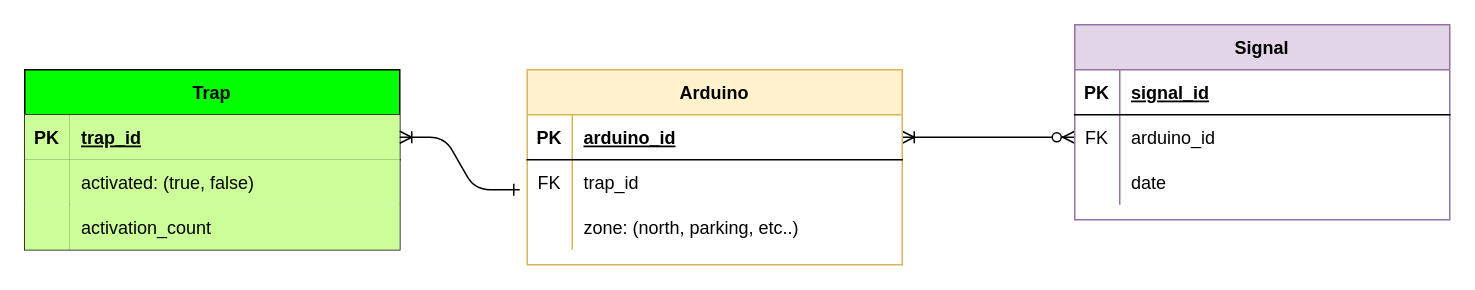
The draw.io diagram ERM IoT.drawio in EmergenBis/emergenbis-iot-backend, before the edit. Source tidied: cells renumbered, new cells numbered last; positions are measured from the earlier drawing's top-left corner, leaving out a move shared by most shapes. Both pictures are drawn from the tidied source at 150%, with x=0, y=0 at pixel (24, 24).
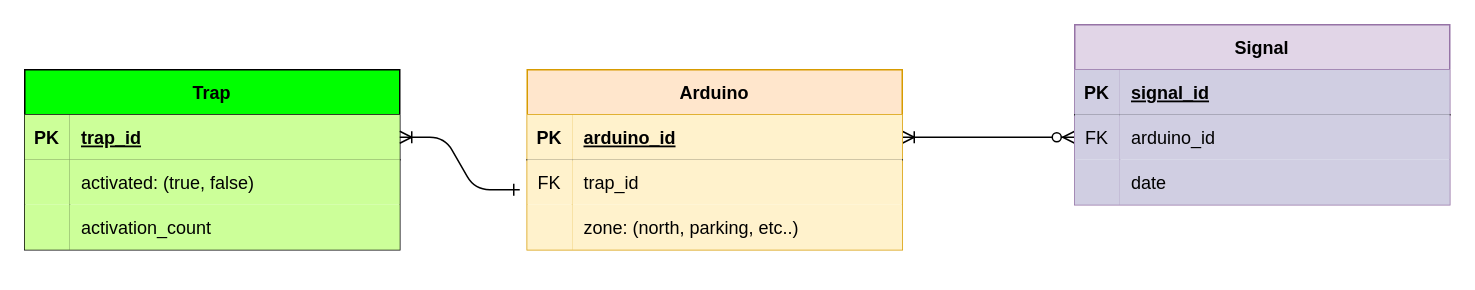
Above is the later version.

Commit message:
Tables colors

Unchanged cells that the change refers to:
```xml
<mxCell id="14" style="shape=partialRectangle;fillColor=none;top=0;left=0;right=0;bottom=1;" parent="13" vertex="1">
  <mxGeometry y="30" width="250" height="30" as="geometry" />
</mxCell>
<mxCell id="17" style="shape=partialRectangle;fillColor=none;points=[[0,0.5],[1,0.5]];portConstraint=eastwest;top=0;left=0;right=0;bottom=0;" parent="13" vertex="1">
  <mxGeometry y="60" width="250" height="30" as="geometry" />
</mxCell>
<mxCell id="20" style="shape=partialRectangle;fillColor=none;top=0;left=0;right=0;bottom=0;" parent="13" vertex="1">
  <mxGeometry y="90" width="250" height="30" as="geometry" />
</mxCell>
<mxCell id="24" style="shape=partialRectangle;fillColor=none;points=[[0,0.5],[1,0.5]];portConstraint=eastwest;top=0;left=0;right=0;bottom=1;" parent="23" vertex="1">
  <mxGeometry y="30" width="250" height="30" as="geometry" />
</mxCell>
<mxCell id="27" style="shape=partialRectangle;fillColor=none;top=0;left=0;right=0;bottom=0;" parent="23" vertex="1">
  <mxGeometry y="60" width="250" height="30" as="geometry" />
</mxCell>
<mxCell id="30" style="shape=partialRectangle;fillColor=none;top=0;left=0;right=0;bottom=0;" parent="23" vertex="1">
  <mxGeometry y="90" width="250" height="30" as="geometry" />
</mxCell>
```

The edit, as a diff of the source:
```diff
@@
     <mxCell id="13" value="Signal" style="shape=table;startSize=30;childLayout=tableLayout;rowLines=0;fontStyle=1;align=center;fillColor=#e1d5e7;strokeColor=#9673a6;" parent="1" vertex="1">
-      <mxGeometry x="700" width="250" height="130" as="geometry" />
+      <mxGeometry x="700" width="250" height="120" as="geometry" />
     </mxCell>
@@
-    <mxCell id="15" value="PK" style="shape=partialRectangle;overflow=hidden;fillColor=none;top=0;left=0;bottom=0;right=0;fontStyle=1;" parent="14" vertex="1">
+    <mxCell id="15" value="PK" style="shape=partialRectangle;overflow=hidden;fillColor=#d0cee2;top=0;left=0;bottom=0;right=0;fontStyle=1;strokeColor=#56517e;" parent="14" vertex="1">
       <mxGeometry width="30" height="30" as="geometry" />
     </mxCell>
-    <mxCell id="16" value="signal_id" style="shape=partialRectangle;overflow=hidden;fillColor=none;top=0;left=0;bottom=0;right=0;align=left;spacingLeft=6;fontStyle=5;" parent="14" vertex="1">
+    <mxCell id="16" value="signal_id" style="shape=partialRectangle;overflow=hidden;fillColor=#d0cee2;top=0;left=0;bottom=0;right=0;align=left;spacingLeft=6;fontStyle=5;strokeColor=#56517e;" parent="14" vertex="1">
       <mxGeometry x="30" width="220" height="30" as="geometry" />
     </mxCell>
@@
-    <mxCell id="18" value="FK" style="shape=partialRectangle;overflow=hidden;fillColor=none;top=0;left=0;bottom=0;right=0;" parent="17" vertex="1">
+    <mxCell id="18" value="FK" style="shape=partialRectangle;overflow=hidden;fillColor=#d0cee2;top=0;left=0;bottom=0;right=0;strokeColor=#56517e;" parent="17" vertex="1">
       <mxGeometry width="30" height="30" as="geometry" />
     </mxCell>
-    <mxCell id="19" value="arduino_id" style="shape=partialRectangle;overflow=hidden;fillColor=none;top=0;left=0;bottom=0;right=0;align=left;spacingLeft=6;" parent="17" vertex="1">
+    <mxCell id="19" value="arduino_id" style="shape=partialRectangle;overflow=hidden;fillColor=#d0cee2;top=0;left=0;bottom=0;right=0;align=left;spacingLeft=6;strokeColor=#56517e;" parent="17" vertex="1">
       <mxGeometry x="30" width="220" height="30" as="geometry" />
     </mxCell>
@@
-    <mxCell id="21" style="shape=partialRectangle;overflow=hidden;fillColor=none;top=0;left=0;bottom=0;right=0;" parent="20" vertex="1">
+    <mxCell id="21" style="shape=partialRectangle;overflow=hidden;fillColor=#d0cee2;top=0;left=0;bottom=0;right=0;strokeColor=#56517e;" parent="20" vertex="1">
       <mxGeometry width="30" height="30" as="geometry" />
     </mxCell>
-    <mxCell id="22" value="date" style="shape=partialRectangle;overflow=hidden;fillColor=none;top=0;left=0;bottom=0;right=0;align=left;spacingLeft=6;" parent="20" vertex="1">
+    <mxCell id="22" value="date" style="shape=partialRectangle;overflow=hidden;fillColor=#d0cee2;top=0;left=0;bottom=0;right=0;align=left;spacingLeft=6;strokeColor=#56517e;" parent="20" vertex="1">
       <mxGeometry x="30" width="220" height="30" as="geometry" />
     </mxCell>
-    <mxCell id="23" value="Arduino" style="shape=table;startSize=30;childLayout=tableLayout;rowLines=0;fontStyle=1;align=center;fillColor=#fff2cc;strokeColor=#d6b656;" parent="1" vertex="1">
-      <mxGeometry x="335" y="30" width="250" height="130" as="geometry" />
+    <mxCell id="23" value="Arduino" style="shape=table;startSize=30;childLayout=tableLayout;rowLines=0;fontStyle=1;align=center;fillColor=#ffe6cc;strokeColor=#d79b00;" parent="1" vertex="1">
+      <mxGeometry x="335" y="30" width="250" height="120" as="geometry" />
     </mxCell>
@@
-    <mxCell id="25" value="PK" style="shape=partialRectangle;overflow=hidden;fillColor=none;top=0;left=0;bottom=0;right=0;fontStyle=1;" parent="24" vertex="1">
+    <mxCell id="25" value="PK" style="shape=partialRectangle;overflow=hidden;fillColor=#fff2cc;top=0;left=0;bottom=0;right=0;fontStyle=1;strokeColor=#d6b656;" parent="24" vertex="1">
       <mxGeometry width="30" height="30" as="geometry" />
     </mxCell>
-    <mxCell id="26" value="arduino_id" style="shape=partialRectangle;overflow=hidden;fillColor=none;top=0;left=0;bottom=0;right=0;align=left;spacingLeft=6;fontStyle=5;" parent="24" vertex="1">
+    <mxCell id="26" value="arduino_id" style="shape=partialRectangle;overflow=hidden;fillColor=#fff2cc;top=0;left=0;bottom=0;right=0;align=left;spacingLeft=6;fontStyle=5;strokeColor=#d6b656;" parent="24" vertex="1">
       <mxGeometry x="30" width="220" height="30" as="geometry" />
     </mxCell>
@@
-    <mxCell id="28" value="FK" style="shape=partialRectangle;overflow=hidden;fillColor=none;top=0;left=0;bottom=0;right=0;" parent="27" vertex="1">
+    <mxCell id="28" value="FK" style="shape=partialRectangle;overflow=hidden;fillColor=#fff2cc;top=0;left=0;bottom=0;right=0;strokeColor=#d6b656;" parent="27" vertex="1">
       <mxGeometry width="30" height="30" as="geometry" />
     </mxCell>
-    <mxCell id="29" value="trap_id" style="shape=partialRectangle;overflow=hidden;fillColor=none;top=0;left=0;bottom=0;right=0;align=left;spacingLeft=6;" parent="27" vertex="1">
+    <mxCell id="29" value="trap_id" style="shape=partialRectangle;overflow=hidden;fillColor=#fff2cc;top=0;left=0;bottom=0;right=0;align=left;spacingLeft=6;strokeColor=#d6b656;" parent="27" vertex="1">
       <mxGeometry x="30" width="220" height="30" as="geometry" />
     </mxCell>
@@
-    <mxCell id="31" style="shape=partialRectangle;overflow=hidden;fillColor=none;top=0;left=0;bottom=0;right=0;" parent="30" vertex="1">
+    <mxCell id="31" style="shape=partialRectangle;overflow=hidden;fillColor=#fff2cc;top=0;left=0;bottom=0;right=0;strokeColor=#d6b656;" parent="30" vertex="1">
       <mxGeometry width="30" height="30" as="geometry" />
     </mxCell>
-    <mxCell id="32" value="zone: (north, parking, etc..)" style="shape=partialRectangle;overflow=hidden;fillColor=none;top=0;left=0;bottom=0;right=0;align=left;spacingLeft=6;" parent="30" vertex="1">
+    <mxCell id="32" value="zone: (north, parking, etc..)" style="shape=partialRectangle;overflow=hidden;fillColor=#fff2cc;top=0;left=0;bottom=0;right=0;align=left;spacingLeft=6;strokeColor=#d6b656;" parent="30" vertex="1">
       <mxGeometry x="30" width="220" height="30" as="geometry" />
     </mxCell>
```
